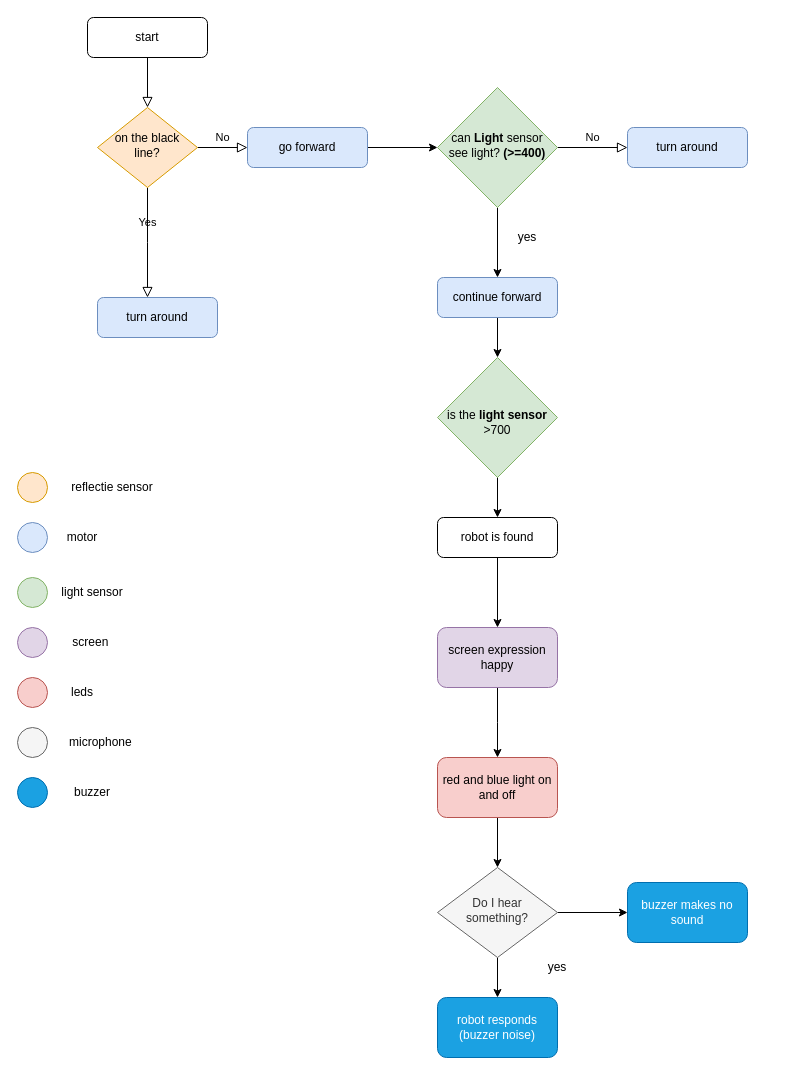
Before: Untitled Diagram.drawio in ChaimaeBen/Quizz, a draw.io diagram. Source tidied: cells renumbered, new cells numbered last; positions are measured from the earlier drawing's top-left corner, leaving out a move shared by most shapes. Both pictures are drawn from the tidied source at 100%, with x=0, y=0 at pixel (17, 17).
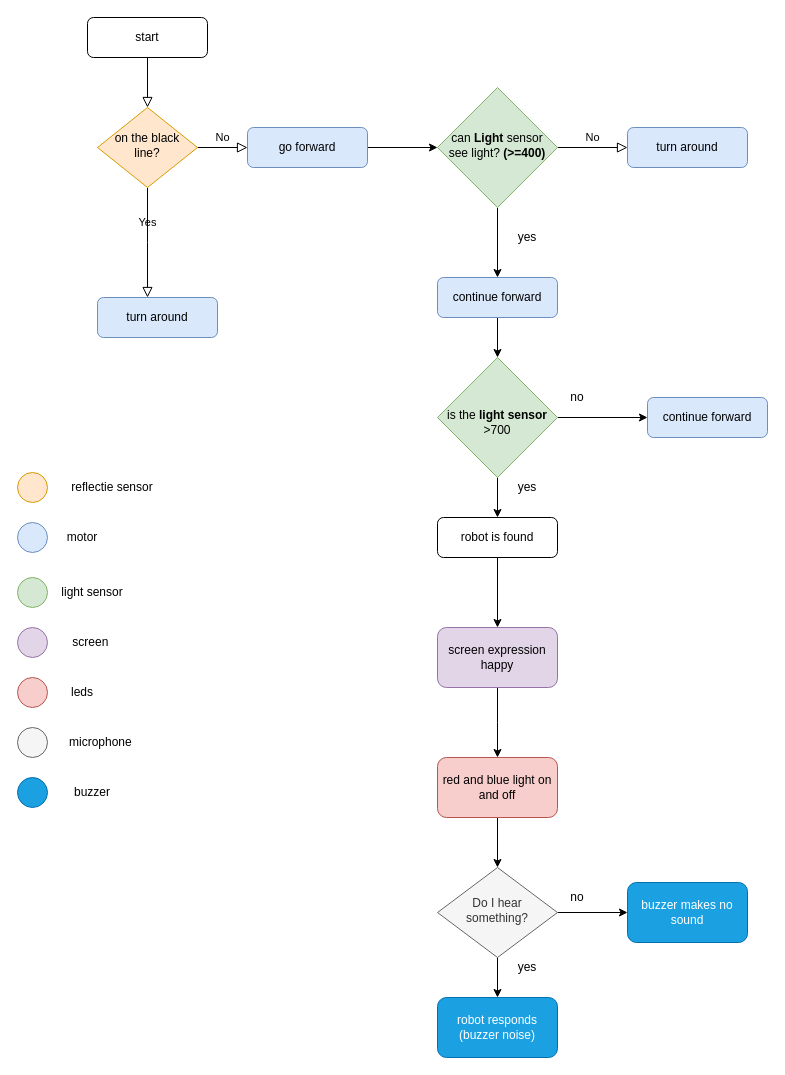
The same diagram, later.

The change refers to these unchanged cells:
```xml
<mxCell id="17" value="&lt;br&gt;is the &lt;b&gt;light sensor&lt;/b&gt;&lt;br&gt;&amp;gt;700" style="rhombus;whiteSpace=wrap;html=1;shadow=0;fontFamily=Helvetica;fontSize=12;align=center;strokeWidth=1;spacing=6;spacingTop=-4;fillColor=#d5e8d4;strokeColor=#82b366;" parent="1" vertex="1">
  <mxGeometry x="420" y="340" width="120" height="120" as="geometry" />
</mxCell>
```

What changed in the source:
```diff
@@
+    <mxCell id="47" style="edgeStyle=orthogonalEdgeStyle;rounded=0;jettySize=auto;html=1;" parent="1" edge="1" source="17" target="49">
+      <mxGeometry relative="1" as="geometry" />
+    </mxCell>
@@
     <mxCell id="29" value="yes" style="text;html=1;strokeColor=none;fillColor=none;align=center;verticalAlign=middle;whiteSpace=wrap;rounded=0;" parent="1" vertex="1">
-      <mxGeometry x="520" y="940" width="40" height="20" as="geometry" />
+      <mxGeometry x="490" y="940" width="40" height="20" as="geometry" />
     </mxCell>
@@
+    <mxCell id="48" value="yes" style="text;html=1;strokeColor=none;fillColor=none;align=center;verticalAlign=middle;whiteSpace=wrap;rounded=0;" parent="1" vertex="1">
+      <mxGeometry x="490" y="460" width="40" height="20" as="geometry" />
+    </mxCell>
+    <mxCell id="49" value="continue forward" style="rounded=1;whiteSpace=wrap;html=1;fontSize=12;glass=0;strokeWidth=1;shadow=0;fillColor=#dae8fc;strokeColor=#6c8ebf;" parent="1" vertex="1">
+      <mxGeometry x="630" y="380" width="120" height="40" as="geometry" />
+    </mxCell>
+    <mxCell id="50" value="no" style="text;html=1;strokeColor=none;fillColor=none;align=center;verticalAlign=middle;whiteSpace=wrap;rounded=0;" parent="1" vertex="1">
+      <mxGeometry x="540" y="370" width="40" height="20" as="geometry" />
+    </mxCell>
+    <mxCell id="51" value="no" style="text;html=1;strokeColor=none;fillColor=none;align=center;verticalAlign=middle;whiteSpace=wrap;rounded=0;" parent="1" vertex="1">
+      <mxGeometry x="540" y="870" width="40" height="20" as="geometry" />
+    </mxCell>
```
